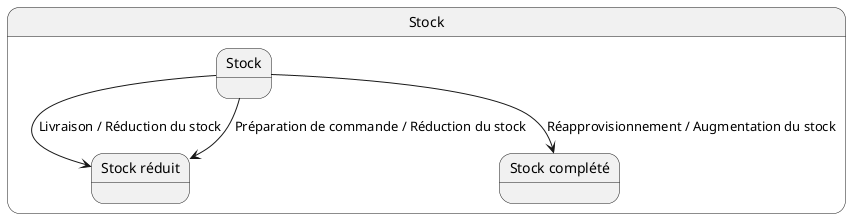
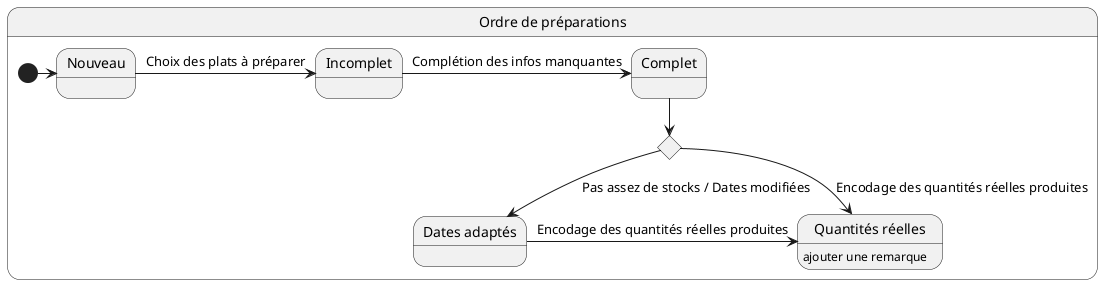
@startuml

- state "Stock" as carteStock {
-      state "Stock complété" as carteAjout
-      state "Stock réduit" as carteRed
-      state "Stock" as carteNormal
+ state "Ordre de préparations" as carteOrdre {
+     state "Nouveau" as carteNew
+     state "Incomplet" as carteNotFull
+     state "Complet" as carteFull
+     state "Dates adaptés" as carteDates
+     state "Quantités réelles" as carteQuant : ajouter une remarque

-      carteNormal --> carteAjout : Réapprovisionnement / Augmentation du stock
-      carteNormal -> carteRed : Livraison / Réduction du stock
-      carteNormal --> carteRed : Préparation de commande / Réduction du stock
+     state cAdaptation <<choice>>
+ 
+     [*] -> carteNew
+ 
+     carteNew -> carteNotFull : Choix des plats à préparer
+ 
+     carteNotFull -> carteFull : Complétion des infos manquantes
+ 
+     carteFull --> cAdaptation
+ 
+     cAdaptation --> carteDates : Pas assez de stocks / Dates modifiées
+     cAdaptation --> carteQuant : Encodage des quantités réelles produites
+ 
+     carteDates -> carteQuant : Encodage des quantités réelles produites
+ 
}

@enduml